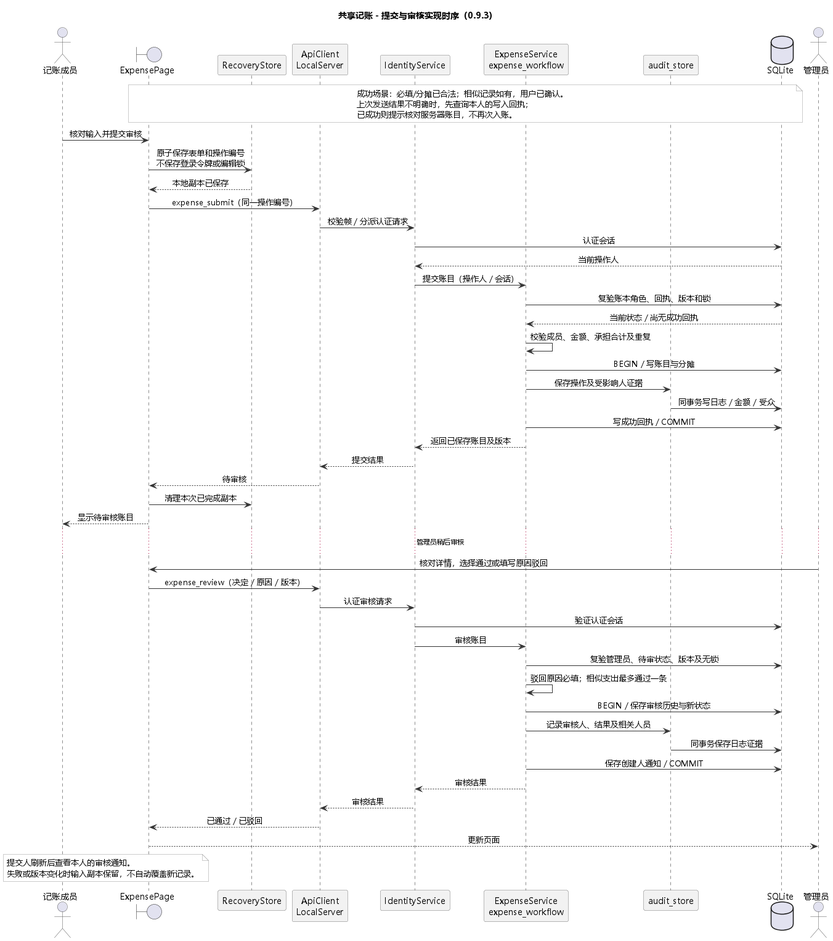
This is lab3/UML/UML时序图.png from mengluoxingchen/SoftwareProject-lab1, a PlantUML export, as it was before one commit.
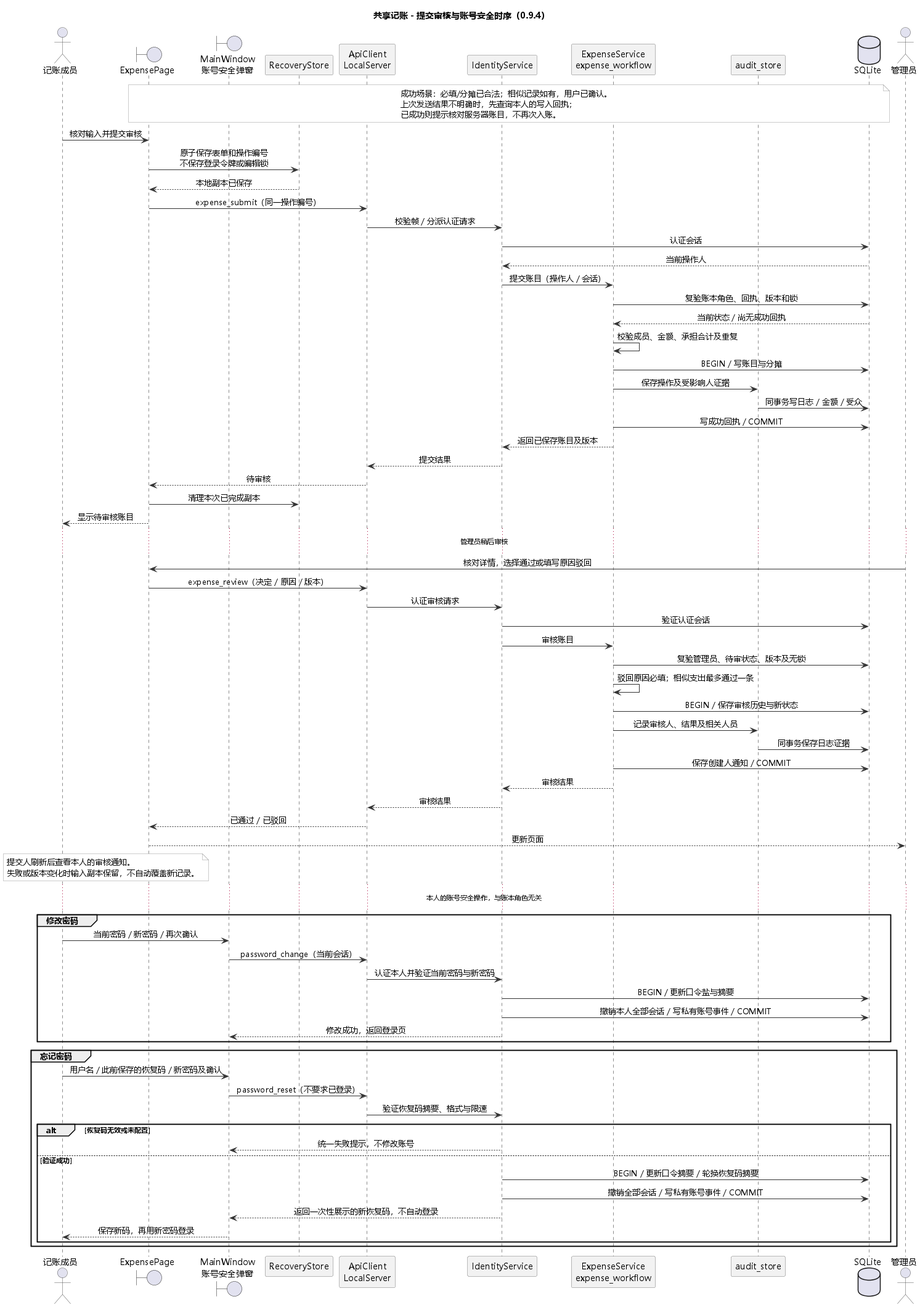
Later version of the same file.

What changed in the source:
```diff
@@ -9,9 +9,10 @@
 skinparam ArrowColor #333333
 skinparam NoteBackgroundColor #FFFFFF
 skinparam NoteBorderColor #999999
-title 共享记账 - 提交与审核实现时序（0.9.3）
+title 共享记账 - 提交审核与账号安全时序（0.9.4）
 actor "记账成员" as Member
 boundary "ExpensePage" as UI
+boundary "MainWindow\n账号安全弹窗" as SecurityUI
 participant "RecoveryStore" as Local
 participant "ApiClient\nLocalServer" as IPC
 participant "IdentityService" as Identity
@@ -66,4 +67,27 @@
   提交人刷新后查看本人的审核通知。
   失败或版本变化时输入副本保留，不自动覆盖新记录。
 end note
+
+... 本人的账号安全操作，与账本角色无关 ...
+group 修改密码
+Member -> SecurityUI : 当前密码 / 新密码 / 再次确认
+SecurityUI -> IPC : password_change（当前会话）
+IPC -> Identity : 认证本人并验证当前密码与新密码
+Identity -> DB : BEGIN / 更新口令盐与摘要
+Identity -> DB : 撤销本人全部会话 / 写私有账号事件 / COMMIT
+Identity --> SecurityUI : 修改成功，返回登录页
+end
+group 忘记密码
+Member -> SecurityUI : 用户名 / 此前保存的恢复码 / 新密码及确认
+SecurityUI -> IPC : password_reset（不要求已登录）
+IPC -> Identity : 验证恢复码摘要、格式与限速
+alt 恢复码无效或未配置
+  Identity --> SecurityUI : 统一失败提示，不修改账号
+else 验证成功
+  Identity -> DB : BEGIN / 更新口令摘要 / 轮换恢复码摘要
+  Identity -> DB : 撤销全部会话 / 写私有账号事件 / COMMIT
+  Identity --> SecurityUI : 返回一次性展示的新恢复码，不自动登录
+  SecurityUI --> Member : 保存新码，再用新密码登录
+end
+end
 @enduml
```
